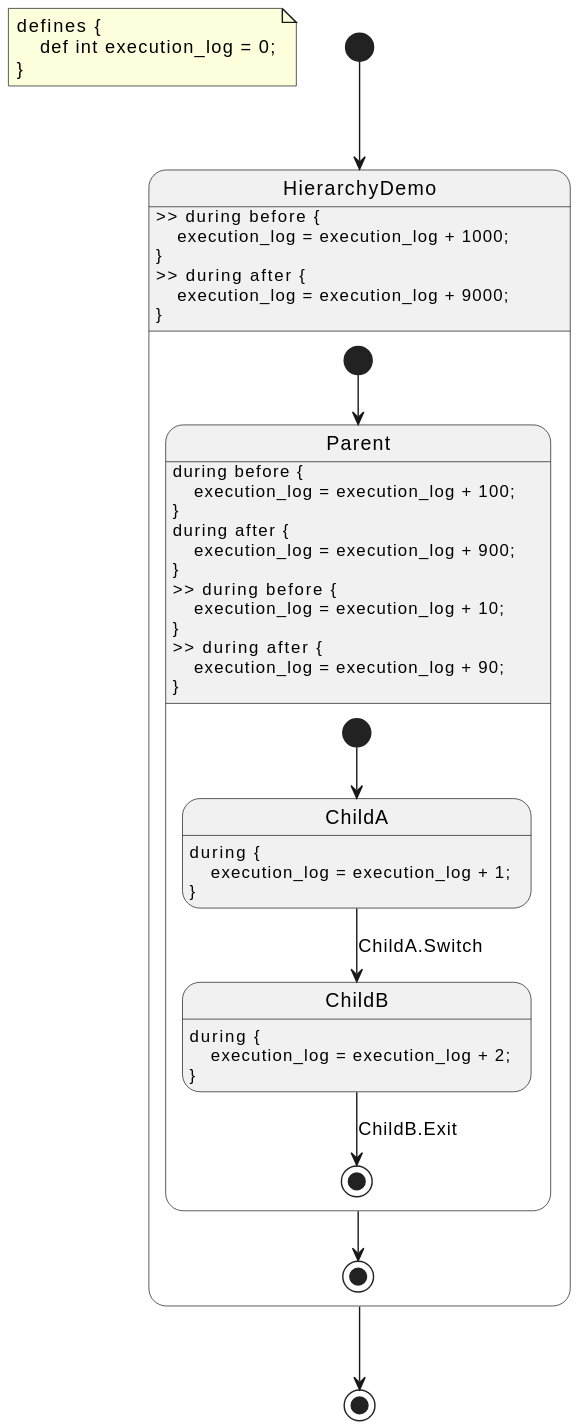
Above: docs/source/tutorials/dsl/hierarchy_execution.fcstm.puml.svg in HansBug/pyfcstm (PlantUML), before the change.
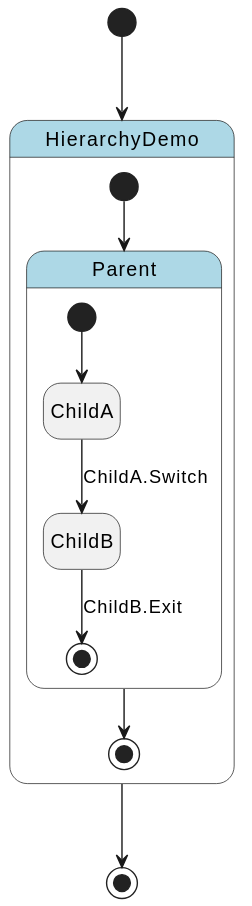
The same file after the commit.

Change to the diagram source:
```diff
@@ -1,26 +1,24 @@
 @startuml
 hide empty description
-note as DefinitionNote
-defines {
-    def int execution_log = 0;
+
+skinparam state {
+  BackgroundColor<<pseudo>> LightGray
+  BackgroundColor<<composite>> LightBlue
+  BorderColor<<pseudo>> Gray
+  FontStyle<<pseudo>> italic
 }
-end note
 
-state "HierarchyDemo" as hierarchy_demo {
-    state "Parent" as hierarchy_demo__parent {
+state "HierarchyDemo" as hierarchy_demo <<composite>> {
+    state "Parent" as hierarchy_demo__parent <<composite>> {
         state "ChildA" as hierarchy_demo__parent__child_a
-        hierarchy_demo__parent__child_a : during {\n    execution_log = execution_log + 1;\n}
         state "ChildB" as hierarchy_demo__parent__child_b
-        hierarchy_demo__parent__child_b : during {\n    execution_log = execution_log + 2;\n}
         [*] --> hierarchy_demo__parent__child_a
         hierarchy_demo__parent__child_a --> hierarchy_demo__parent__child_b : ChildA.Switch
         hierarchy_demo__parent__child_b --> [*] : ChildB.Exit
     }
-    hierarchy_demo__parent : during before {\n    execution_log = execution_log + 100;\n}\nduring after {\n    execution_log = execution_log + 900;\n}\n>> during before {\n    execution_log = execution_log + 10;\n}\n>> during after {\n    execution_log = execution_log + 90;\n}
     [*] --> hierarchy_demo__parent
     hierarchy_demo__parent --> [*]
 }
-hierarchy_demo : >> during before {\n    execution_log = execution_log + 1000;\n}\n>> during after {\n    execution_log = execution_log + 9000;\n}
 [*] --> hierarchy_demo
 hierarchy_demo --> [*]
 @enduml
```
